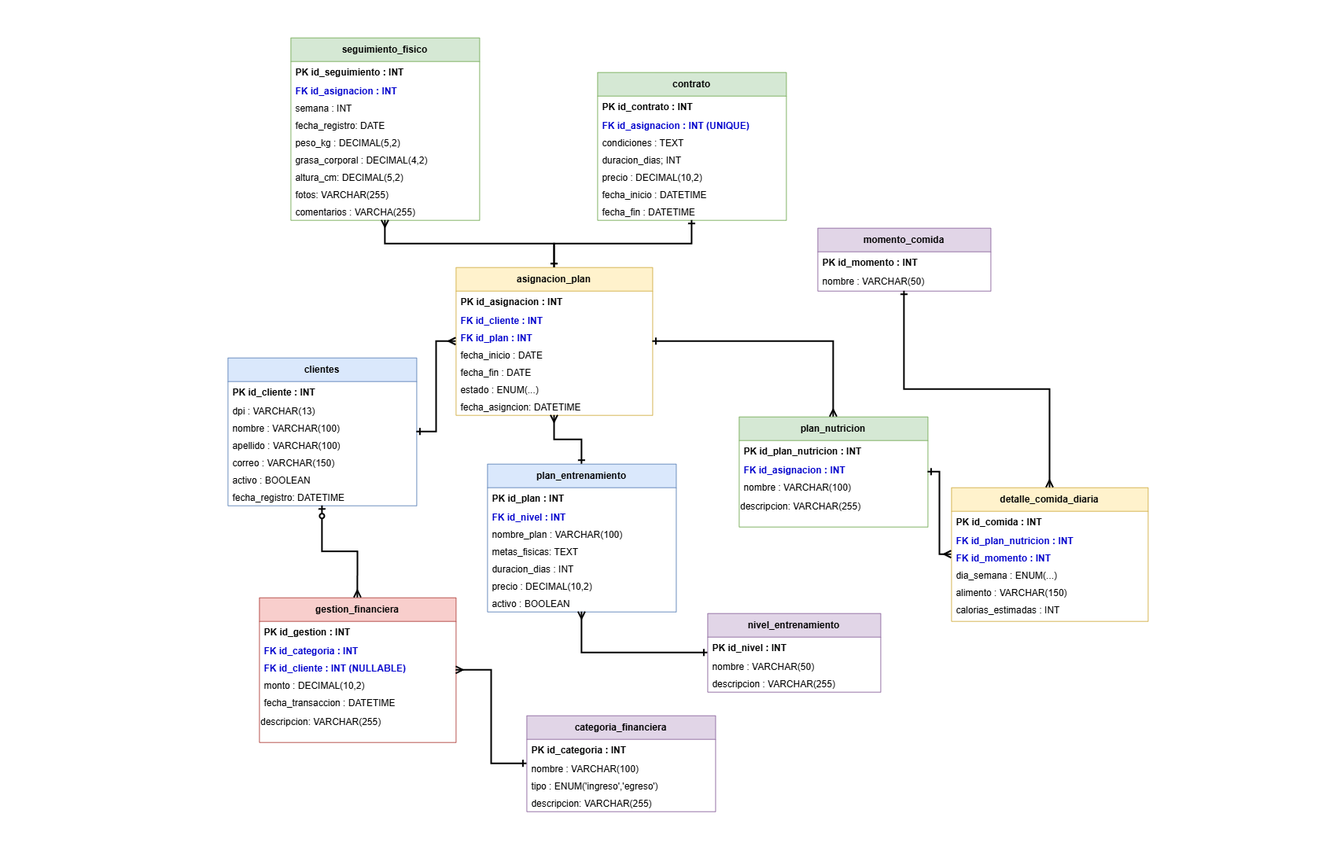
Anderson-Oloroso/hydra-gym keeps this draw.io diagram as database/hydra_gym.png. Above is the earlier version. Source tidied: cells renumbered, new cells last; positions are measured from the earlier drawing's top-left corner, leaving out a move shared by most shapes.
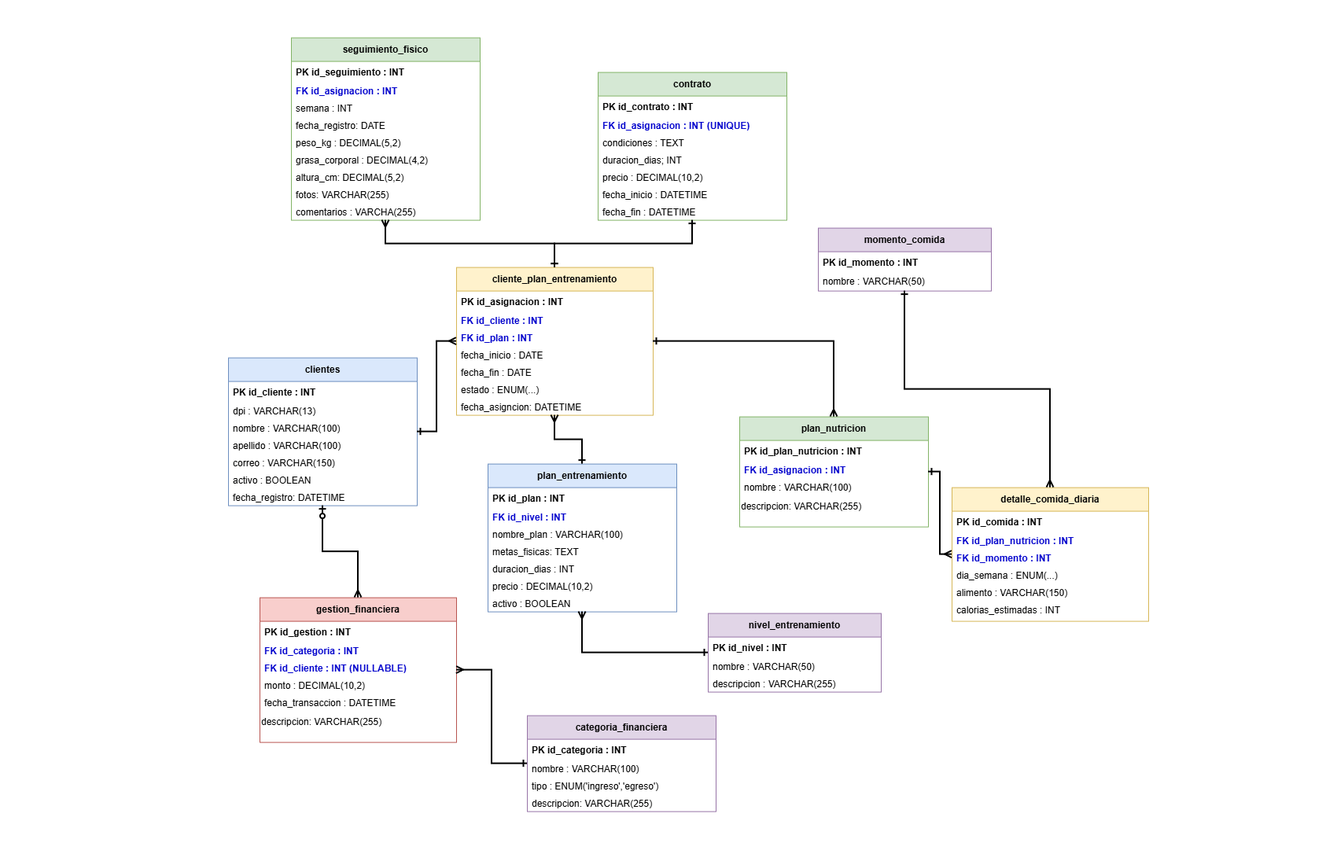
The same file after the commit.

Commit message:
Edit(diagrams): Edit entity from diagrams

Diff of the diagram source:
```diff
@@ -86,7 +86,7 @@
     <mxCell id="29" value="      activo : BOOLEAN" style="text;strokeColor=none;fillColor=none;align=left;verticalAlign=middle;spacingLeft=4;spacingRight=4;overflow=hidden;" parent="22" vertex="1">
       <mxGeometry y="166" width="240" height="22" as="geometry" />
     </mxCell>
-    <mxCell id="30" value="asignacion_plan" style="swimlane;horizontal=1;startSize=30;fillColor=#fff2cc;strokeColor=#d6b656;fontStyle=1;whiteSpace=wrap;html=1;" parent="1" vertex="1">
+    <mxCell id="30" value="cliente_plan_entrenamiento" style="swimlane;horizontal=1;startSize=30;fillColor=#fff2cc;strokeColor=#d6b656;fontStyle=1;whiteSpace=wrap;html=1;" parent="1" vertex="1">
       <mxGeometry x="290" y="292" width="250" height="188" as="geometry" />
     </mxCell>
     <mxCell id="31" value="PK  id_asignacion : INT" style="text;strokeColor=none;fillColor=none;align=left;verticalAlign=middle;spacingLeft=4;spacingRight=4;overflow=hidden;fontStyle=1;" parent="30" vertex="1">
```
